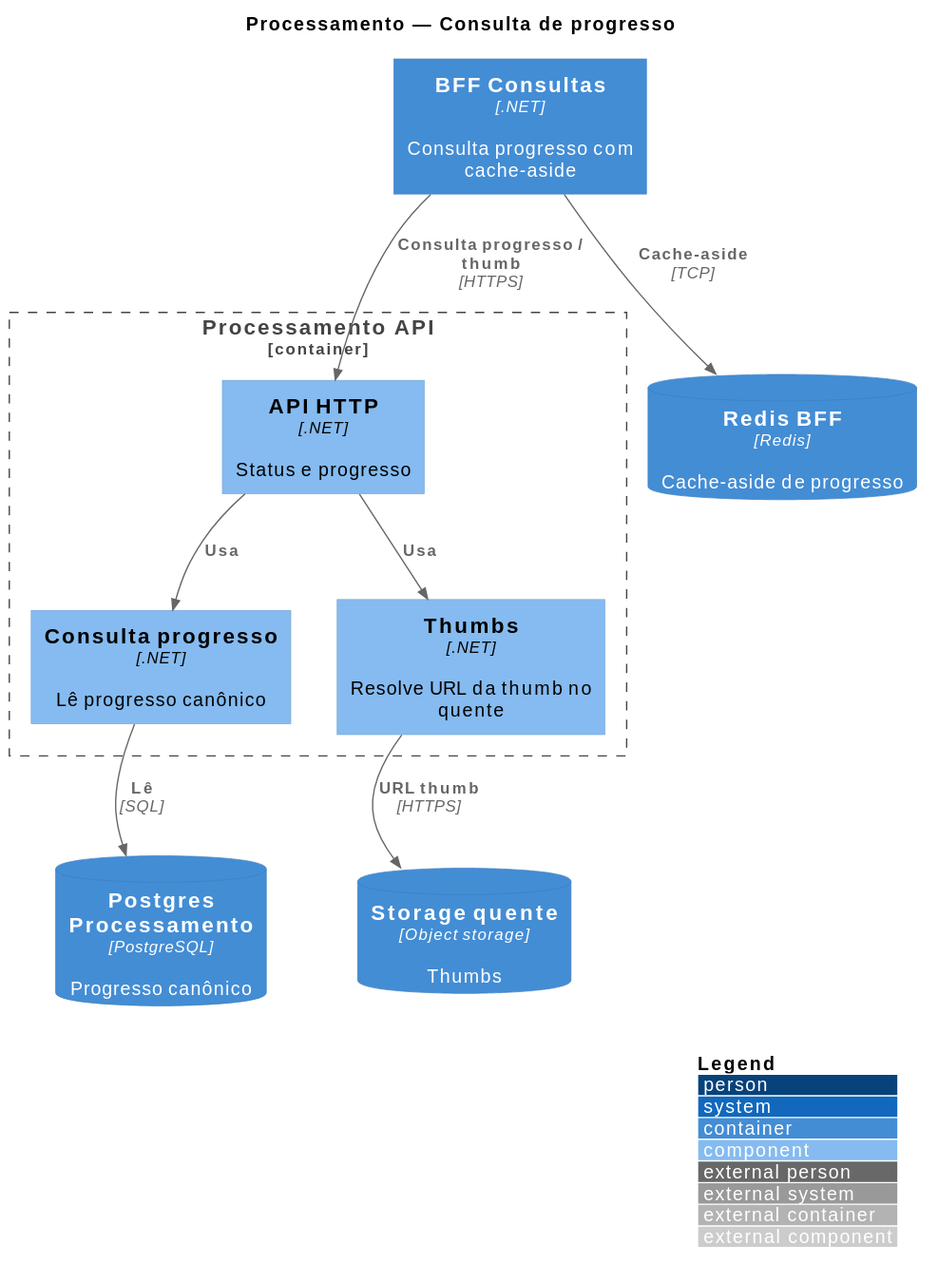
fiap-x-vcosta/docs keeps this PlantUML diagram as arquitetura/07_componentes-processamento-consulta.svg. Above is the earlier version.
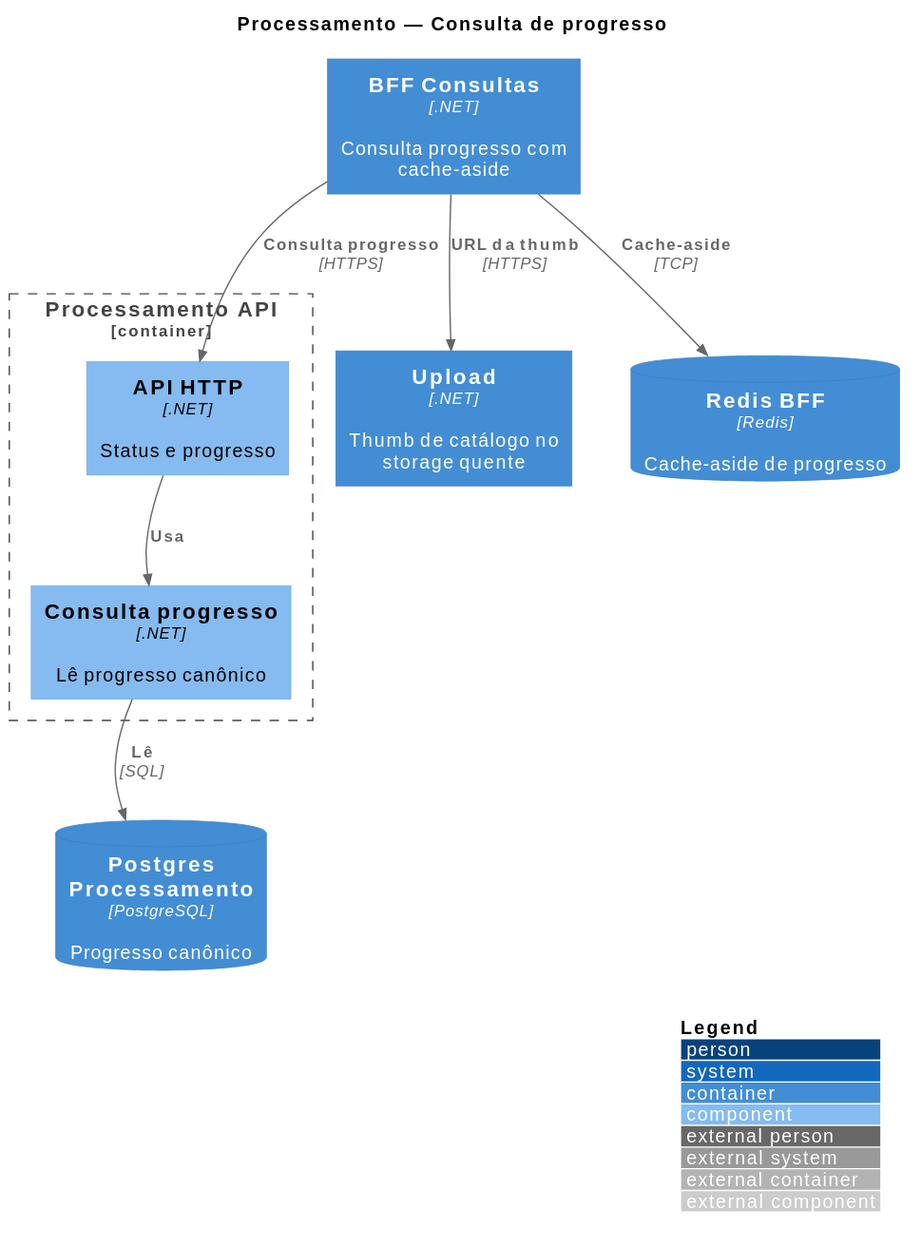
Above is the later version.

Diff of the diagram source:
```diff
@@ -7,27 +7,24 @@
 title Processamento — Consulta de progresso
 
 Container(bff, "BFF Consultas", ".NET", "Consulta progresso com cache-aside")
+Container(upload, "Upload", ".NET", "Thumb de catálogo no storage quente")
 ContainerDb(redis, "Redis BFF", "Redis", "Cache-aside de progresso")
 ContainerDb(pgProc, "Postgres Processamento", "PostgreSQL", "Progresso canônico")
-ContainerDb(quente, "Storage quente", "Object storage", "Thumbs")
 
 Container_Boundary(procApi, "Processamento API") {
   Component(apiHttp, "API HTTP", ".NET", "Status e progresso")
   Component(consulta, "Consulta progresso", ".NET", "Lê progresso canônico")
-  Component(thumbs, "Thumbs", ".NET", "Resolve URL da thumb no quente")
 }
 
 Rel(bff, redis, "Cache-aside", "TCP")
-Rel(bff, apiHttp, "Consulta progresso / thumb", "HTTPS")
+Rel(bff, apiHttp, "Consulta progresso", "HTTPS")
 Rel(apiHttp, consulta, "Usa")
 Rel(consulta, pgProc, "Lê", "SQL")
-Rel(apiHttp, thumbs, "Usa")
-Rel(thumbs, quente, "URL thumb", "HTTPS")
+Rel(bff, upload, "URL da thumb", "HTTPS")
 
 Lay_D(bff, redis)
 Lay_R(bff, apiHttp)
 Lay_D(apiHttp, consulta)
-Lay_R(consulta, thumbs)
 Lay_D(consulta, pgProc)
-Lay_D(thumbs, quente)
+Lay_R(apiHttp, upload)
 @enduml
```
